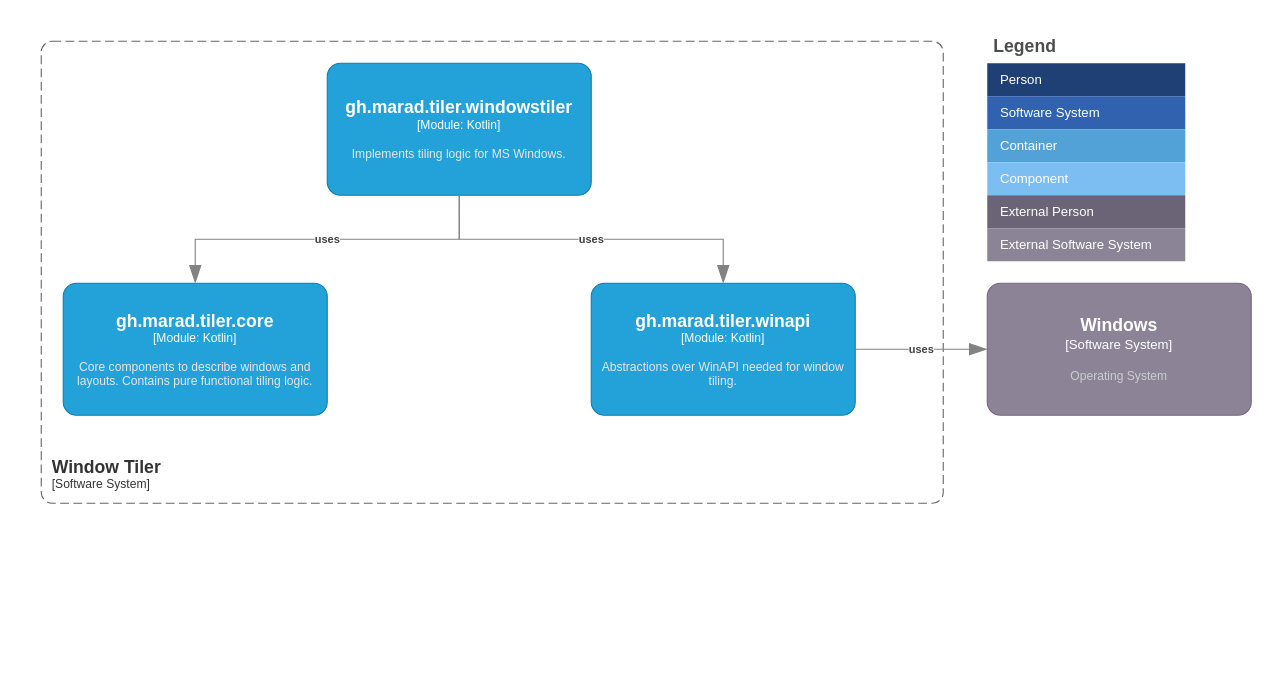
This is tiler.drawio from marad/tillr, a draw.io file, before an edit. Source tidied: cells renumbered, new cells numbered last; positions are measured from the earlier drawing's top-left corner, leaving out a move shared by most shapes. Both pictures are drawn from the tidied source at 110%, with x=0, y=0 at pixel (41, 30).
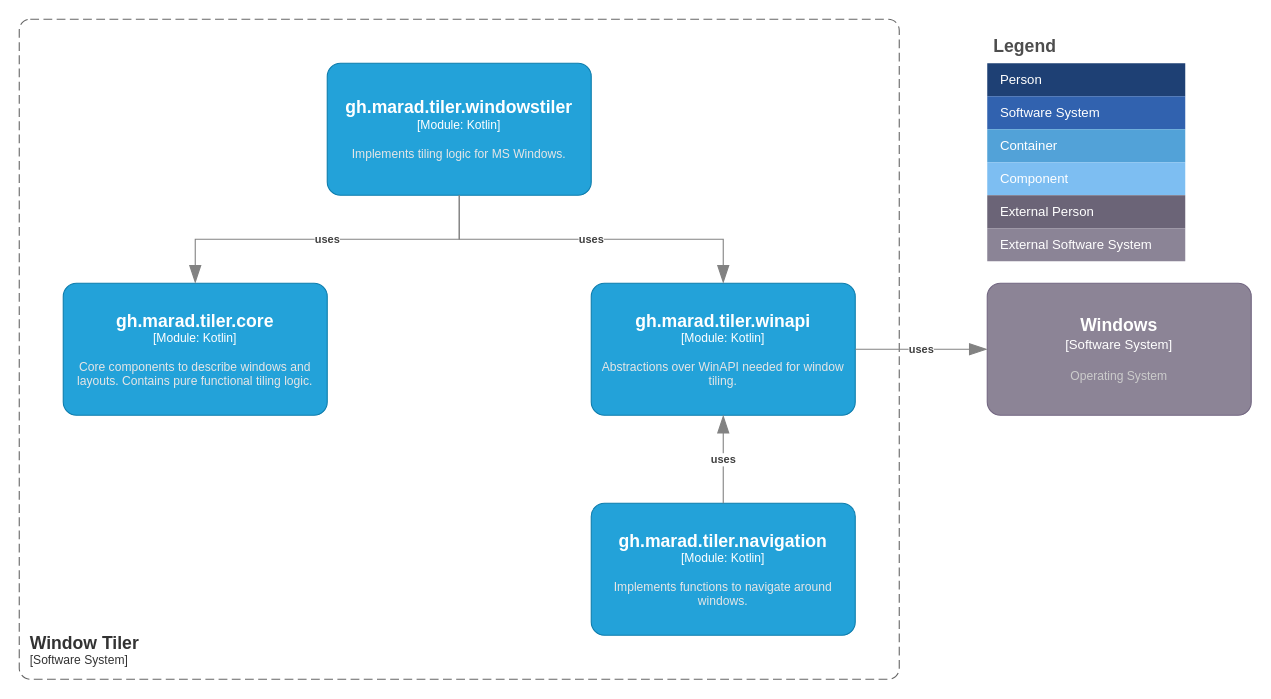
After the change.

The change refers to these unchanged cells:
```xml
<object id="18" label="&lt;font style=&quot;font-size: 16px&quot;&gt;&lt;b&gt;%c4Name%&lt;/b&gt;&lt;/font&gt;&lt;div&gt;[%c4Type%: %c4Technology%]&lt;/div&gt;&lt;br&gt;&lt;div&gt;&lt;font style=&quot;font-size: 11px&quot;&gt;&lt;font color=&quot;#E6E6E6&quot;&gt;%c4Description%&lt;/font&gt;&lt;/div&gt;" c4Description="Abstractions over WinAPI needed for window tiling." c4Name="gh.marad.tiler.winapi" c4Technology="Kotlin" c4Type="Module" placeholders="1">
  <mxCell style="rounded=1;whiteSpace=wrap;html=1;fontSize=11;labelBackgroundColor=none;fillColor=#23A2D9;fontColor=#ffffff;align=center;arcSize=10;strokeColor=#0E7DAD;points=[[0.25,0,0],[0.5,0,0],[0.75,0,0],[1,0.25,0],[1,0.5,0],[1,0.75,0],[0.75,1,0],[0.5,1,0],[0.25,1,0],[0,0.75,0],[0,0.5,0],[0,0.25,0]];" parent="1" vertex="1">
    <mxGeometry x="500" y="230" width="240" height="120" as="geometry" />
  </mxCell>
</object>
```

Diff of the diagram source:
```diff
@@
     <object id="16" label="&lt;font style=&quot;font-size: 16px&quot;&gt;&lt;b&gt;&lt;div style=&quot;text-align: left&quot;&gt;%c4Name%&lt;/div&gt;&lt;/b&gt;&lt;/font&gt;&lt;div style=&quot;text-align: left&quot;&gt;[%c4Application%]&lt;/div&gt;" c4Application="Software System" c4Name="Window Tiler" placeholders="1">
       <mxCell style="rounded=1;fontSize=11;whiteSpace=wrap;html=1;dashed=1;arcSize=20;fillColor=none;strokeColor=#666666;fontColor=#333333;labelBackgroundColor=none;align=left;verticalAlign=bottom;labelBorderColor=none;spacingTop=0;spacing=10;dashPattern=8 4;perimeter=rectanglePerimeter;noLabel=0;labelPadding=0;absoluteArcSize=1;" parent="1" vertex="1">
-        <mxGeometry y="10" width="820" height="420" as="geometry" />
+        <mxGeometry x="-20" y="-10" width="800" height="600" as="geometry" />
       </mxCell>
     </object>
@@
+    <object id="23" label="&lt;font style=&quot;font-size: 16px&quot;&gt;&lt;b&gt;%c4Name%&lt;/b&gt;&lt;/font&gt;&lt;div&gt;[%c4Type%: %c4Technology%]&lt;/div&gt;&lt;br&gt;&lt;div&gt;&lt;font style=&quot;font-size: 11px&quot;&gt;&lt;font color=&quot;#E6E6E6&quot;&gt;%c4Description%&lt;/font&gt;&lt;/div&gt;" c4Description="Implements functions to navigate around windows." c4Name="gh.marad.tiler.navigation" c4Technology="Kotlin" c4Type="Module" placeholders="1">
+      <mxCell style="rounded=1;whiteSpace=wrap;html=1;fontSize=11;labelBackgroundColor=none;fillColor=#23A2D9;fontColor=#ffffff;align=center;arcSize=10;strokeColor=#0E7DAD;points=[[0.25,0,0],[0.5,0,0],[0.75,0,0],[1,0.25,0],[1,0.5,0],[1,0.75,0],[0.75,1,0],[0.5,1,0],[0.25,1,0],[0,0.75,0],[0,0.5,0],[0,0.25,0]];" parent="1" vertex="1">
+        <mxGeometry x="500" y="430" width="240" height="120" as="geometry" />
+      </mxCell>
+    </object>
+    <object id="24" label="&lt;div style=&quot;text-align: left&quot;&gt;&lt;div style=&quot;text-align: center&quot;&gt;&lt;b&gt;%c4Description%&lt;/b&gt;&lt;/div&gt;" c4Description="uses" placeholders="1">
+      <mxCell style="endArrow=blockThin;html=1;fontSize=10;fontColor=#404040;strokeWidth=1;endFill=1;strokeColor=#828282;elbow=vertical;endSize=14;startSize=14;jumpStyle=arc;jumpSize=16;rounded=0;edgeStyle=orthogonalEdgeStyle;" parent="1" edge="1" source="23" target="18">
+        <mxGeometry relative="1" as="geometry" />
+      </mxCell>
+    </object>
```
